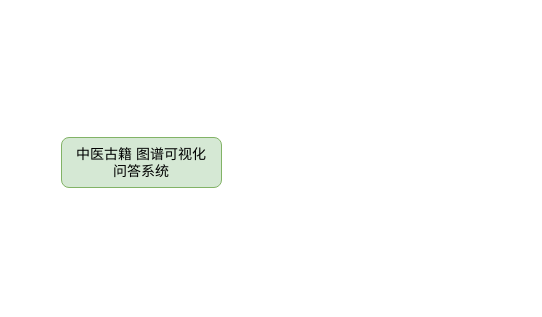
Above: Neo/五十二病方.drawio in redcomet88/DRAW (draw.io), before the change. Source tidied: cells renumbered, new cells numbered last; positions are measured from the earlier drawing's top-left corner, leaving out a move shared by most shapes. Both pictures are drawn from the tidied source at 100%, with x=0, y=0 at pixel (61, 137). Pictures stored in the file or linked from it are replaced by grey dashed boxes.
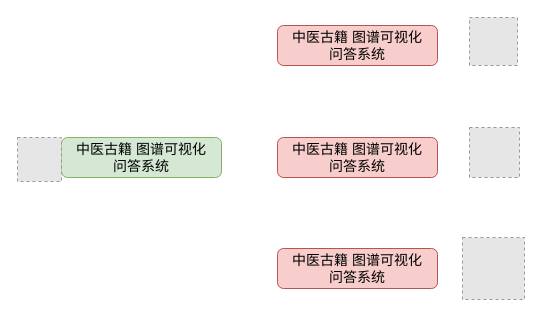
The same diagram, later.

Commit message (it also covers changes not shown here):
更新五十二病方.drawio

Change to the diagram source:
```diff
@@
 <mxGraphModel>
   <root>
     <mxCell id="0" />
     <mxCell id="1" parent="0" />
     <mxCell id="2" value="中医古籍 图谱可视化&lt;br style=&quot;font-size: 14px;&quot;&gt;问答系统" style="rounded=1;whiteSpace=wrap;html=1;fillColor=#d5e8d4;strokeColor=#82b366;fontSize=14;" parent="1" vertex="1">
-      <mxGeometry width="160" height="50" as="geometry" />
+      <mxGeometry width="160" height="40" as="geometry" />
     </mxCell>
+    <mxCell id="3" style="fillColor=#E6E6E6;strokeColor=#999999;dashed=1;verticalLabelPosition=bottom;labelBackgroundColor=default;verticalAlign=top;" parent="1" vertex="1">
+      <mxGeometry x="408" y="-120" width="48" height="48" as="geometry" />
+    </mxCell>
+    <mxCell id="4" style="fillColor=#E6E6E6;strokeColor=#999999;dashed=1;verticalLabelPosition=bottom;labelBackgroundColor=default;verticalAlign=top;" parent="1" vertex="1">
+      <mxGeometry x="-44" width="44" height="44" as="geometry" />
+    </mxCell>
+    <mxCell id="5" style="fillColor=#E6E6E6;strokeColor=#999999;dashed=1;verticalLabelPosition=bottom;labelBackgroundColor=default;verticalAlign=top;" parent="1" vertex="1">
+      <mxGeometry x="408" y="-10" width="50" height="50" as="geometry" />
+    </mxCell>
+    <mxCell id="6" style="fillColor=#E6E6E6;strokeColor=#999999;dashed=1;verticalLabelPosition=bottom;labelBackgroundColor=default;verticalAlign=top;" parent="1" vertex="1">
+      <mxGeometry x="401" y="100" width="62" height="62" as="geometry" />
+    </mxCell>
+    <mxCell id="7" value="中医古籍 图谱可视化&lt;br style=&quot;font-size: 14px;&quot;&gt;问答系统" style="rounded=1;whiteSpace=wrap;html=1;fillColor=#f8cecc;strokeColor=#b85450;fontSize=14;" parent="1" vertex="1">
+      <mxGeometry x="216" width="160" height="40" as="geometry" />
+    </mxCell>
+    <mxCell id="8" value="中医古籍 图谱可视化&lt;br style=&quot;font-size: 14px;&quot;&gt;问答系统" style="rounded=1;whiteSpace=wrap;html=1;fillColor=#f8cecc;strokeColor=#b85450;fontSize=14;" parent="1" vertex="1">
+      <mxGeometry x="216" y="-112" width="160" height="40" as="geometry" />
+    </mxCell>
+    <mxCell id="9" value="中医古籍 图谱可视化&lt;br style=&quot;font-size: 14px;&quot;&gt;问答系统" style="rounded=1;whiteSpace=wrap;html=1;fillColor=#f8cecc;strokeColor=#b85450;fontSize=14;" parent="1" vertex="1">
+      <mxGeometry x="216" y="111" width="160" height="40" as="geometry" />
+    </mxCell>
   </root>
 </mxGraphModel>
```
